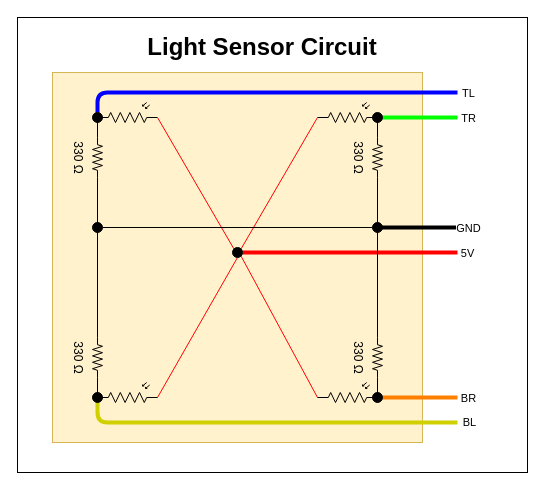
The draw.io diagram light-sensor-circuit.drawio in nuncio-bitis/LightTracker, before the edit. Source tidied: cells renumbered, new cells numbered last; positions are measured from the earlier drawing's top-left corner, leaving out a move shared by most shapes. Both pictures are drawn from the tidied source at 100%, with x=0, y=0 at pixel (17, 17).
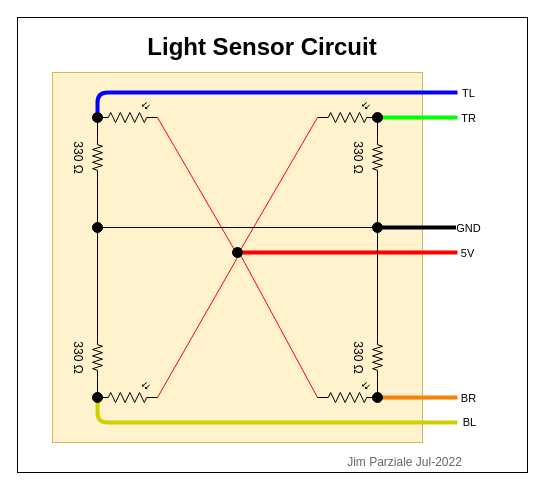
Above is the later version.

Change to the diagram source:
```diff
@@
+    <mxCell id="47" value="&lt;font color=&quot;#666666&quot;&gt;Jim Parziale Jul-2022&lt;/font&gt;" style="text;html=1;strokeColor=none;fillColor=none;align=center;verticalAlign=middle;whiteSpace=wrap;rounded=0;" parent="1" vertex="1">
+      <mxGeometry x="305" y="430" width="165" height="30" as="geometry" />
+    </mxCell>
```
